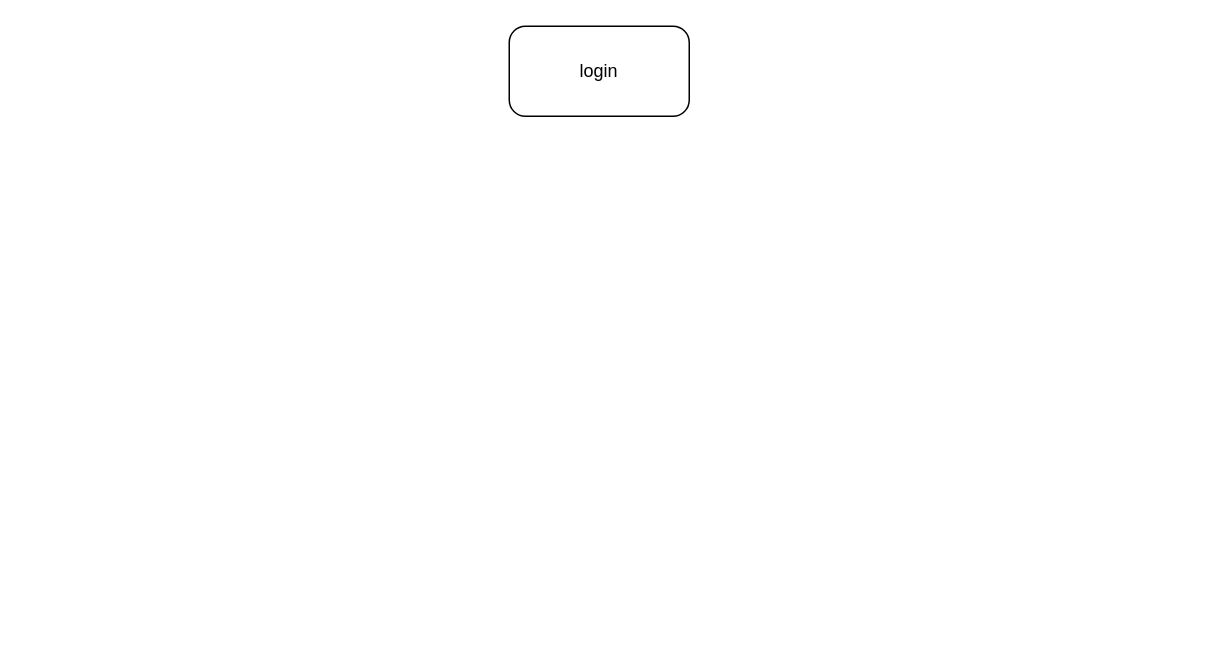
This is goldshop.drawio from EnAnsari/drawio, a draw.io file, before an edit. Source tidied: cells renumbered, new cells numbered last; positions are measured from the earlier drawing's top-left corner, leaving out a move shared by most shapes. Both pictures are drawn from the tidied source at 150%, with x=0, y=0 at pixel (508, 26).
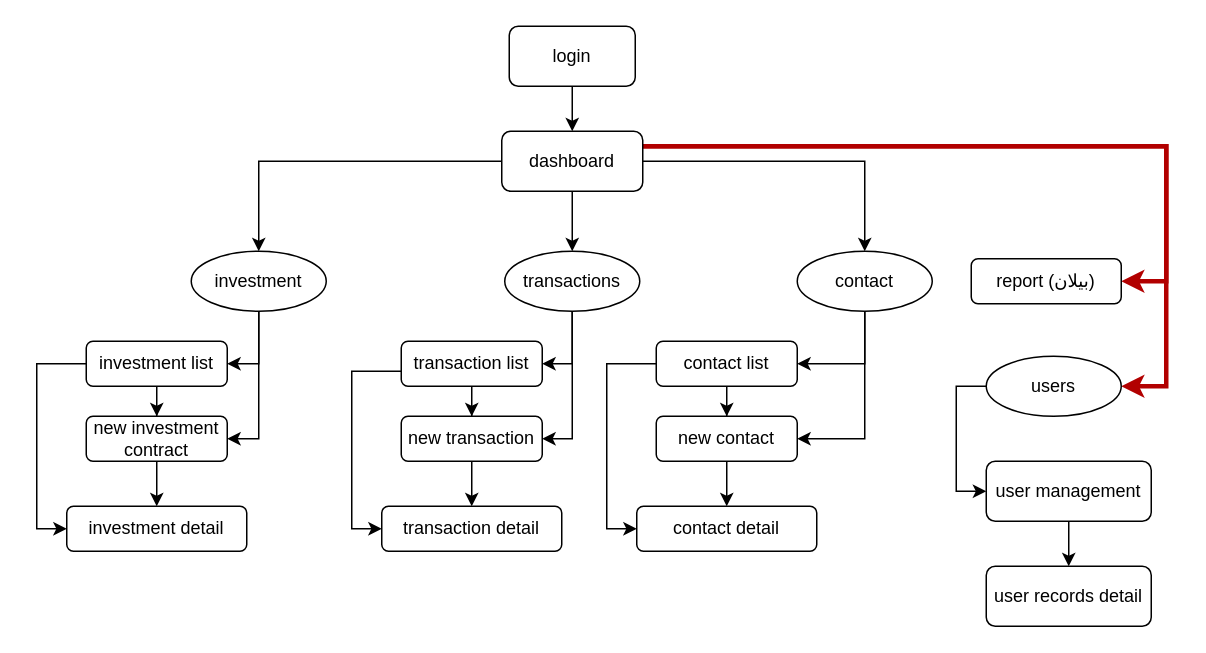
The same page after the edit.

The edit, as a diff of the source:
```diff
@@
+    <mxCell id="3" style="edgeStyle=orthogonalEdgeStyle;rounded=0;jettySize=auto;html=1;entryX=0.5;entryY=0;entryDx=0;entryDy=0;" parent="1" edge="1" source="2" target="9">
+      <mxGeometry relative="1" as="geometry" />
+    </mxCell>
-    <mxCell id="2" value="login" style="rounded=1;whiteSpace=wrap;html=1;arcSize=18;" parent="1" vertex="1">
-      <mxGeometry width="120" height="60" as="geometry" />
+    <mxCell id="2" value="login" style="rounded=1;whiteSpace=wrap;html=1;" parent="1" vertex="1">
+      <mxGeometry width="84" height="40" as="geometry" />
     </mxCell>
+    <mxCell id="4" style="edgeStyle=orthogonalEdgeStyle;rounded=0;jettySize=auto;html=1;entryX=0.5;entryY=0;entryDx=0;entryDy=0;" parent="1" edge="1" source="9" target="12">
+      <mxGeometry relative="1" as="geometry" />
+    </mxCell>
+    <mxCell id="5" style="edgeStyle=orthogonalEdgeStyle;rounded=0;jettySize=auto;html=1;entryX=0.5;entryY=0;entryDx=0;entryDy=0;" parent="1" edge="1" source="9" target="22">
+      <mxGeometry relative="1" as="geometry" />
+    </mxCell>
+    <mxCell id="6" style="edgeStyle=orthogonalEdgeStyle;rounded=0;jettySize=auto;html=1;" parent="1" edge="1" source="9" target="31">
+      <mxGeometry relative="1" as="geometry" />
+    </mxCell>
+    <mxCell id="7" style="edgeStyle=orthogonalEdgeStyle;rounded=0;jettySize=auto;html=1;entryX=1;entryY=0.5;entryDx=0;entryDy=0;exitX=1;exitY=0.25;exitDx=0;exitDy=0;fillColor=#e51400;strokeColor=#B20000;strokeWidth=3;" parent="1" edge="1" source="9" target="38">
+      <mxGeometry relative="1" as="geometry">
+        <Array as="points">
+          <mxPoint x="438" y="80" />
+          <mxPoint x="438" y="170" />
+        </Array>
+      </mxGeometry>
+    </mxCell>
+    <mxCell id="8" style="edgeStyle=orthogonalEdgeStyle;rounded=0;jettySize=auto;html=1;entryX=1;entryY=0.5;entryDx=0;entryDy=0;fillColor=#e51400;strokeColor=#B20000;strokeWidth=3;" parent="1" edge="1" source="9" target="40">
+      <mxGeometry relative="1" as="geometry">
+        <Array as="points">
+          <mxPoint x="438" y="80" />
+          <mxPoint x="438" y="240" />
+        </Array>
+      </mxGeometry>
+    </mxCell>
+    <mxCell id="9" value="dashboard" style="rounded=1;whiteSpace=wrap;html=1;" parent="1" vertex="1">
+      <mxGeometry x="-5" y="70" width="94" height="40" as="geometry" />
+    </mxCell>
+    <mxCell id="10" style="edgeStyle=orthogonalEdgeStyle;rounded=0;jettySize=auto;html=1;entryX=1;entryY=0.5;entryDx=0;entryDy=0;" parent="1" edge="1" source="12" target="15">
+      <mxGeometry relative="1" as="geometry" />
+    </mxCell>
+    <mxCell id="11" style="edgeStyle=orthogonalEdgeStyle;rounded=0;jettySize=auto;html=1;entryX=1;entryY=0.5;entryDx=0;entryDy=0;" parent="1" edge="1" source="12" target="17">
+      <mxGeometry relative="1" as="geometry" />
+    </mxCell>
+    <mxCell id="12" value="transactions" style="ellipse;whiteSpace=wrap;html=1;" parent="1" vertex="1">
+      <mxGeometry x="-3" y="150" width="90" height="40" as="geometry" />
+    </mxCell>
+    <mxCell id="13" style="edgeStyle=orthogonalEdgeStyle;rounded=0;jettySize=auto;html=1;entryX=0;entryY=0.5;entryDx=0;entryDy=0;" parent="1" edge="1" source="15" target="18">
+      <mxGeometry relative="1" as="geometry">
+        <Array as="points">
+          <mxPoint x="-105" y="230" />
+          <mxPoint x="-105" y="335" />
+        </Array>
+      </mxGeometry>
+    </mxCell>
+    <mxCell id="14" style="edgeStyle=orthogonalEdgeStyle;rounded=0;jettySize=auto;html=1;" parent="1" edge="1" source="15" target="17">
+      <mxGeometry relative="1" as="geometry" />
+    </mxCell>
+    <mxCell id="15" value="transaction list" style="rounded=1;whiteSpace=wrap;html=1;" parent="1" vertex="1">
+      <mxGeometry x="-72" y="210" width="94" height="30" as="geometry" />
+    </mxCell>
+    <mxCell id="16" style="edgeStyle=orthogonalEdgeStyle;rounded=0;jettySize=auto;html=1;entryX=0.5;entryY=0;entryDx=0;entryDy=0;" parent="1" edge="1" source="17" target="18">
+      <mxGeometry relative="1" as="geometry" />
+    </mxCell>
+    <mxCell id="17" value="new transaction" style="rounded=1;whiteSpace=wrap;html=1;" parent="1" vertex="1">
+      <mxGeometry x="-72" y="260" width="94" height="30" as="geometry" />
+    </mxCell>
+    <mxCell id="18" value="transaction detail" style="rounded=1;whiteSpace=wrap;html=1;" parent="1" vertex="1">
+      <mxGeometry x="-85" y="320" width="120" height="30" as="geometry" />
+    </mxCell>
+    <mxCell id="19" style="edgeStyle=orthogonalEdgeStyle;rounded=0;orthogonalLoop=1;jettySize=auto;html=1;exitX=0.5;exitY=1;exitDx=0;exitDy=0;" parent="1" edge="1">
+      <mxGeometry relative="1" as="geometry">
+        <mxPoint x="203" y="190" as="sourcePoint" />
+        <mxPoint x="203" y="190" as="targetPoint" />
+      </mxGeometry>
+    </mxCell>
+    <mxCell id="20" style="edgeStyle=orthogonalEdgeStyle;rounded=0;jettySize=auto;html=1;entryX=1;entryY=0.5;entryDx=0;entryDy=0;" parent="1" edge="1" source="22" target="25">
+      <mxGeometry relative="1" as="geometry" />
+    </mxCell>
+    <mxCell id="21" style="edgeStyle=orthogonalEdgeStyle;rounded=0;jettySize=auto;html=1;entryX=1;entryY=0.5;entryDx=0;entryDy=0;" parent="1" edge="1" source="22" target="28">
+      <mxGeometry relative="1" as="geometry" />
+    </mxCell>
+    <mxCell id="22" value="contact" style="ellipse;whiteSpace=wrap;html=1;" parent="1" vertex="1">
+      <mxGeometry x="192" y="150" width="90" height="40" as="geometry" />
+    </mxCell>
+    <mxCell id="23" style="edgeStyle=orthogonalEdgeStyle;rounded=0;jettySize=auto;html=1;entryX=0;entryY=0.5;entryDx=0;entryDy=0;" parent="1" edge="1" source="25" target="26">
+      <mxGeometry relative="1" as="geometry">
+        <Array as="points">
+          <mxPoint x="65" y="225" />
+          <mxPoint x="65" y="335" />
+        </Array>
+      </mxGeometry>
+    </mxCell>
+    <mxCell id="24" style="edgeStyle=orthogonalEdgeStyle;rounded=0;jettySize=auto;html=1;entryX=0.5;entryY=0;entryDx=0;entryDy=0;" parent="1" edge="1" source="25" target="28">
+      <mxGeometry relative="1" as="geometry" />
+    </mxCell>
+    <mxCell id="25" value="contact list" style="rounded=1;whiteSpace=wrap;html=1;" parent="1" vertex="1">
+      <mxGeometry x="98" y="210" width="94" height="30" as="geometry" />
+    </mxCell>
+    <mxCell id="26" value="contact detail" style="rounded=1;whiteSpace=wrap;html=1;" parent="1" vertex="1">
+      <mxGeometry x="85" y="320" width="120" height="30" as="geometry" />
+    </mxCell>
+    <mxCell id="27" style="edgeStyle=orthogonalEdgeStyle;rounded=0;jettySize=auto;html=1;" parent="1" edge="1" source="28" target="26">
+      <mxGeometry relative="1" as="geometry" />
+    </mxCell>
+    <mxCell id="28" value="new contact" style="rounded=1;whiteSpace=wrap;html=1;" parent="1" vertex="1">
+      <mxGeometry x="98" y="260" width="94" height="30" as="geometry" />
+    </mxCell>
+    <mxCell id="29" style="edgeStyle=orthogonalEdgeStyle;rounded=0;jettySize=auto;html=1;entryX=1;entryY=0.5;entryDx=0;entryDy=0;" parent="1" edge="1" source="31" target="34">
+      <mxGeometry relative="1" as="geometry" />
+    </mxCell>
+    <mxCell id="30" style="edgeStyle=orthogonalEdgeStyle;rounded=0;jettySize=auto;html=1;entryX=1;entryY=0.5;entryDx=0;entryDy=0;" parent="1" edge="1" source="31" target="36">
+      <mxGeometry relative="1" as="geometry" />
+    </mxCell>
+    <mxCell id="31" value="investment" style="ellipse;whiteSpace=wrap;html=1;" parent="1" vertex="1">
+      <mxGeometry x="-212" y="150" width="90" height="40" as="geometry" />
+    </mxCell>
+    <mxCell id="32" style="edgeStyle=orthogonalEdgeStyle;rounded=0;jettySize=auto;html=1;entryX=0;entryY=0.5;entryDx=0;entryDy=0;" parent="1" edge="1" source="34" target="37">
+      <mxGeometry relative="1" as="geometry">
+        <Array as="points">
+          <mxPoint x="-315" y="225" />
+          <mxPoint x="-315" y="335" />
+        </Array>
+      </mxGeometry>
+    </mxCell>
+    <mxCell id="33" style="edgeStyle=orthogonalEdgeStyle;rounded=0;jettySize=auto;html=1;entryX=0.5;entryY=0;entryDx=0;entryDy=0;" parent="1" edge="1" source="34" target="36">
+      <mxGeometry relative="1" as="geometry" />
+    </mxCell>
+    <mxCell id="34" value="investment list" style="rounded=1;whiteSpace=wrap;html=1;" parent="1" vertex="1">
+      <mxGeometry x="-282" y="210" width="94" height="30" as="geometry" />
+    </mxCell>
+    <mxCell id="35" style="edgeStyle=orthogonalEdgeStyle;rounded=0;jettySize=auto;html=1;" parent="1" edge="1" source="36" target="37">
+      <mxGeometry relative="1" as="geometry" />
+    </mxCell>
+    <mxCell id="36" value="new investment contract" style="rounded=1;whiteSpace=wrap;html=1;" parent="1" vertex="1">
+      <mxGeometry x="-282" y="260" width="94" height="30" as="geometry" />
+    </mxCell>
+    <mxCell id="37" value="investment&amp;nbsp;&lt;span style=&quot;background-color: transparent; color: light-dark(rgb(0, 0, 0), rgb(255, 255, 255));&quot;&gt;detail&lt;/span&gt;" style="rounded=1;whiteSpace=wrap;html=1;" parent="1" vertex="1">
+      <mxGeometry x="-295" y="320" width="120" height="30" as="geometry" />
+    </mxCell>
+    <mxCell id="38" value="report (بیلان)" style="rounded=1;whiteSpace=wrap;html=1;" parent="1" vertex="1">
+      <mxGeometry x="308" y="155" width="100" height="30" as="geometry" />
+    </mxCell>
+    <mxCell id="39" style="edgeStyle=orthogonalEdgeStyle;rounded=0;jettySize=auto;html=1;entryX=0;entryY=0.5;entryDx=0;entryDy=0;" parent="1" edge="1" source="40" target="42">
+      <mxGeometry relative="1" as="geometry">
+        <Array as="points">
+          <mxPoint x="298" y="240" />
+          <mxPoint x="298" y="310" />
+        </Array>
+      </mxGeometry>
+    </mxCell>
+    <mxCell id="40" value="users" style="ellipse;whiteSpace=wrap;html=1;" parent="1" vertex="1">
+      <mxGeometry x="318" y="220" width="90" height="40" as="geometry" />
+    </mxCell>
+    <mxCell id="41" style="edgeStyle=orthogonalEdgeStyle;rounded=0;jettySize=auto;html=1;" parent="1" edge="1" source="42" target="43">
+      <mxGeometry relative="1" as="geometry" />
+    </mxCell>
+    <mxCell id="42" value="user management" style="rounded=1;whiteSpace=wrap;html=1;" parent="1" vertex="1">
+      <mxGeometry x="318" y="290" width="110" height="40" as="geometry" />
+    </mxCell>
+    <mxCell id="43" value="user records detail" style="rounded=1;whiteSpace=wrap;html=1;" parent="1" vertex="1">
+      <mxGeometry x="318" y="360" width="110" height="40" as="geometry" />
+    </mxCell>
```
